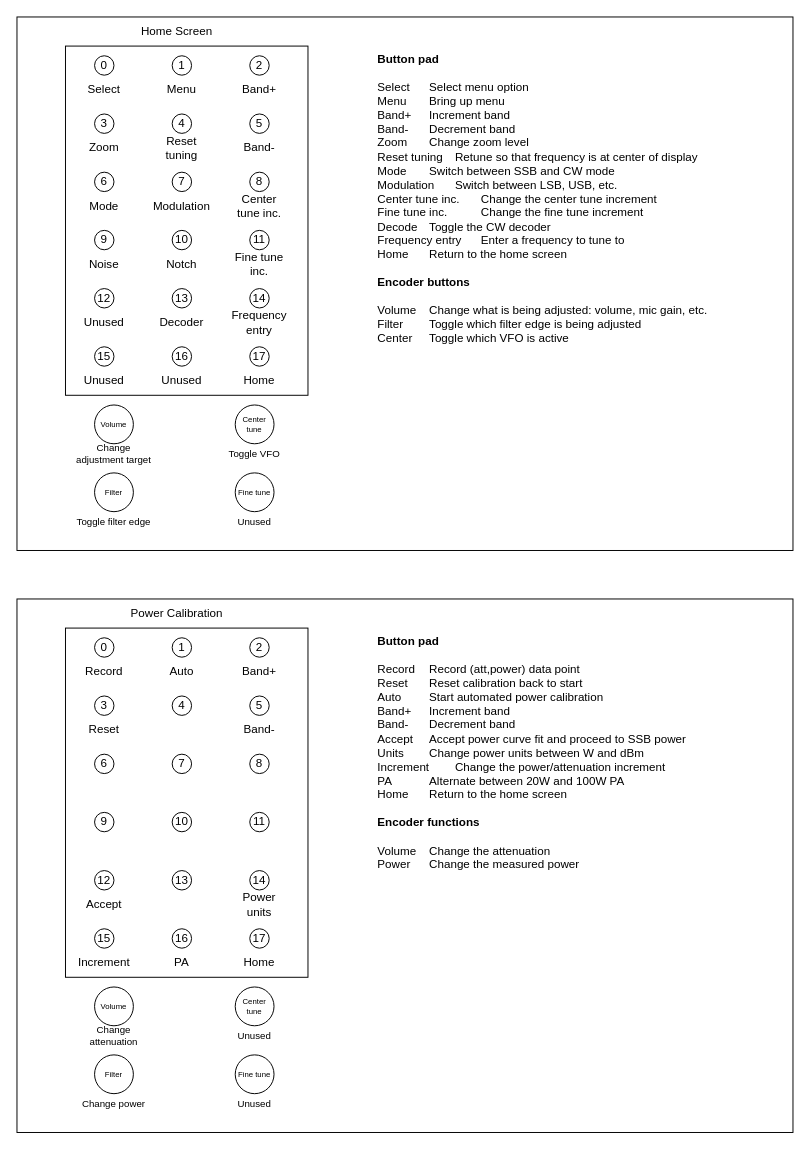
Before: page "Button Maps" (1 of 7) of code/docs/window_panes.drawio in KI3P/Phoenix, a draw.io diagram. Source tidied: cells renumbered, new cells numbered last; positions are measured from the earlier drawing's top-left corner, leaving out a move shared by most shapes. Both pictures are drawn from the tidied source at 97%, with x=0, y=0 at pixel (16, 16).
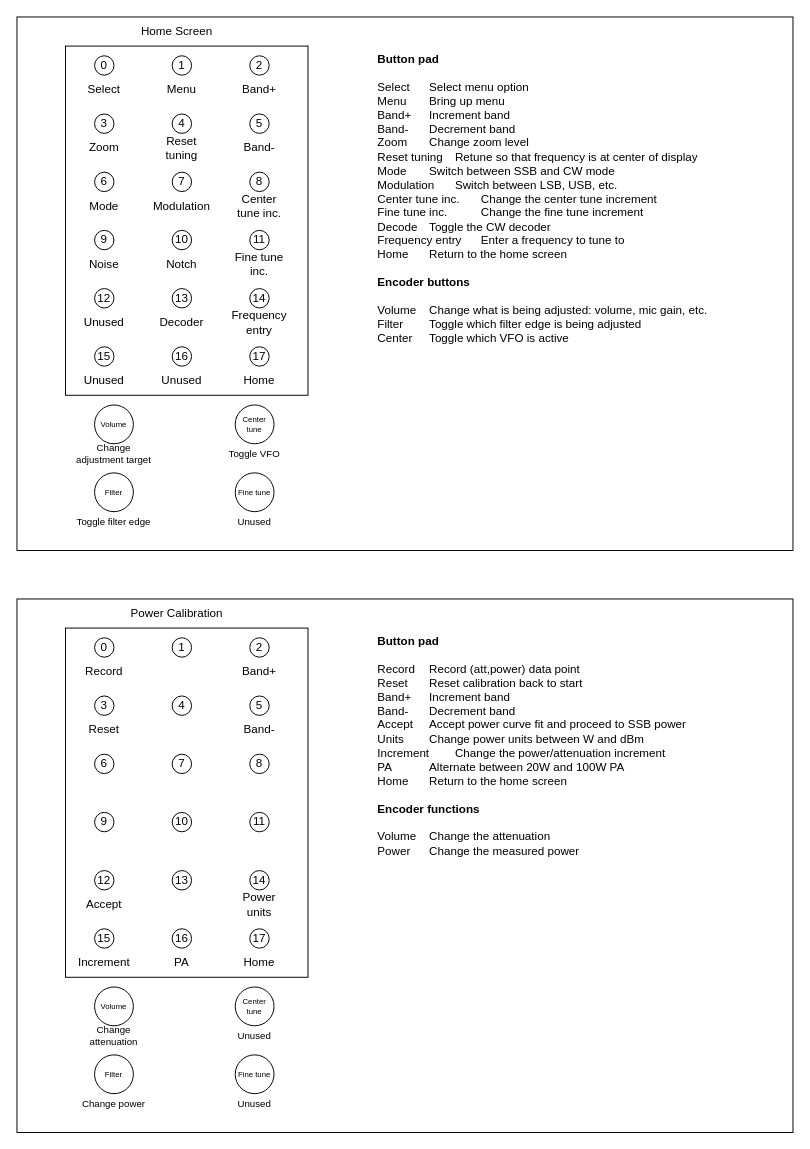
The same page after the edit.

Unchanged cells that the change refers to:
```xml
<mxCell id="53" style="group;" parent="1" vertex="1">
  <mxGeometry x="50" y="630" width="250" height="360" as="geometry" />
</mxCell>
```

What changed in the source:
```diff
@@
-    <mxCell id="82" value="Auto" style="text;html=1;whiteSpace=wrap;strokeColor=none;fillColor=none;align=center;verticalAlign=middle;rounded=0;" parent="53" vertex="1">
-      <mxGeometry x="90" y="30" width="60" height="30" as="geometry" />
-    </mxCell>
@@
-    <mxCell id="91" value="&lt;div&gt;&lt;b&gt;Button pad&lt;/b&gt;&lt;/div&gt;&lt;div&gt;&lt;br&gt;&lt;/div&gt;Record&amp;nbsp;&lt;span style=&quot;white-space: pre;&quot;&gt;&#9;&lt;/span&gt;Record (att,power) data point&lt;div&gt;Reset&amp;nbsp;&lt;span style=&quot;white-space: pre;&quot;&gt;&#9;&lt;/span&gt;Reset calibration back to start&lt;/div&gt;&lt;div&gt;Auto&lt;span style=&quot;white-space: pre;&quot;&gt;&#9;&lt;/span&gt;&lt;span style=&quot;white-space: pre;&quot;&gt;&#9;&lt;/span&gt;Start automated power calibration&lt;/div&gt;&lt;div&gt;Band+&lt;span style=&quot;white-space: pre;&quot;&gt;&#9;&lt;/span&gt;Increment band&lt;/div&gt;&lt;div&gt;Band-&lt;span style=&quot;white-space: pre;&quot;&gt;&#9;&lt;/span&gt;Decrement band&lt;/div&gt;&lt;div&gt;Accept&lt;span style=&quot;white-space: pre;&quot;&gt;&#9;&lt;/span&gt;Accept power curve fit and proceed to SSB power&lt;/div&gt;&lt;div&gt;Units&lt;span style=&quot;white-space: pre;&quot;&gt;&#9;&lt;/span&gt;Change power units between W and dBm&lt;/div&gt;&lt;div&gt;Increment&lt;span style=&quot;white-space: pre;&quot;&gt;&#9;&lt;/span&gt;Change the power/attenuation increment&lt;/div&gt;&lt;div&gt;PA&lt;span style=&quot;white-space: pre;&quot;&gt;&#9;&lt;/span&gt;&lt;span style=&quot;white-space: pre;&quot;&gt;&#9;&lt;/span&gt;Alternate between 20W and 100W PA&lt;/div&gt;&lt;div&gt;&lt;span style=&quot;background-color: transparent; color: light-dark(rgb(0, 0, 0), rgb(255, 255, 255));&quot;&gt;Home&lt;/span&gt;&lt;span style=&quot;background-color: transparent; color: light-dark(rgb(0, 0, 0), rgb(255, 255, 255)); white-space: pre;&quot;&gt;&#9;&lt;/span&gt;&lt;span style=&quot;background-color: transparent; color: light-dark(rgb(0, 0, 0), rgb(255, 255, 255));&quot;&gt;Return to the home screen&lt;/span&gt;&lt;/div&gt;&lt;div&gt;&lt;br&gt;&lt;/div&gt;&lt;div&gt;&lt;b&gt;Encoder functions&lt;/b&gt;&lt;/div&gt;&lt;div&gt;&lt;b&gt;&lt;br&gt;&lt;/b&gt;&lt;/div&gt;&lt;div&gt;Volume&lt;span style=&quot;white-space: pre;&quot;&gt;&#9;&lt;/span&gt;Change the attenuation&lt;/div&gt;&lt;div&gt;Power&lt;span style=&quot;white-space: pre;&quot;&gt;&#9;&lt;/span&gt;Change the measured power&lt;/div&gt;&lt;div&gt;&lt;br&gt;&lt;/div&gt;" style="text;html=1;whiteSpace=wrap;strokeColor=none;fillColor=none;align=left;verticalAlign=top;rounded=0;" parent="1" vertex="1">
+    <mxCell id="91" value="&lt;div&gt;&lt;b&gt;Button pad&lt;/b&gt;&lt;/div&gt;&lt;div&gt;&lt;br&gt;&lt;/div&gt;Record&amp;nbsp;&lt;span style=&quot;white-space: pre;&quot;&gt;&#9;&lt;/span&gt;Record (att,power) data point&lt;div&gt;Reset&amp;nbsp;&lt;span style=&quot;white-space: pre;&quot;&gt;&#9;&lt;/span&gt;Reset calibration back to start&lt;/div&gt;&lt;div&gt;&lt;span style=&quot;background-color: transparent; color: light-dark(rgb(0, 0, 0), rgb(255, 255, 255));&quot;&gt;Band+&lt;/span&gt;&lt;span style=&quot;background-color: transparent; color: light-dark(rgb(0, 0, 0), rgb(255, 255, 255)); white-space: pre;&quot;&gt;&#9;&lt;/span&gt;&lt;span style=&quot;background-color: transparent; color: light-dark(rgb(0, 0, 0), rgb(255, 255, 255));&quot;&gt;Increment band&lt;/span&gt;&lt;/div&gt;&lt;div&gt;Band-&lt;span style=&quot;white-space: pre;&quot;&gt;&#9;&lt;/span&gt;Decrement band&lt;/div&gt;&lt;div&gt;Accept&lt;span style=&quot;white-space: pre;&quot;&gt;&#9;&lt;/span&gt;Accept power curve fit and proceed to SSB power&lt;/div&gt;&lt;div&gt;Units&lt;span style=&quot;white-space: pre;&quot;&gt;&#9;&lt;/span&gt;Change power units between W and dBm&lt;/div&gt;&lt;div&gt;Increment&lt;span style=&quot;white-space: pre;&quot;&gt;&#9;&lt;/span&gt;Change the power/attenuation increment&lt;/div&gt;&lt;div&gt;PA&lt;span style=&quot;white-space: pre;&quot;&gt;&#9;&lt;/span&gt;&lt;span style=&quot;white-space: pre;&quot;&gt;&#9;&lt;/span&gt;Alternate between 20W and 100W PA&lt;/div&gt;&lt;div&gt;&lt;span style=&quot;background-color: transparent; color: light-dark(rgb(0, 0, 0), rgb(255, 255, 255));&quot;&gt;Home&lt;/span&gt;&lt;span style=&quot;background-color: transparent; color: light-dark(rgb(0, 0, 0), rgb(255, 255, 255)); white-space: pre;&quot;&gt;&#9;&lt;/span&gt;&lt;span style=&quot;background-color: transparent; color: light-dark(rgb(0, 0, 0), rgb(255, 255, 255));&quot;&gt;Return to the home screen&lt;/span&gt;&lt;/div&gt;&lt;div&gt;&lt;br&gt;&lt;/div&gt;&lt;div&gt;&lt;b&gt;Encoder functions&lt;/b&gt;&lt;/div&gt;&lt;div&gt;&lt;b&gt;&lt;br&gt;&lt;/b&gt;&lt;/div&gt;&lt;div&gt;Volume&lt;span style=&quot;white-space: pre;&quot;&gt;&#9;&lt;/span&gt;Change the attenuation&lt;/div&gt;&lt;div&gt;Power&lt;span style=&quot;white-space: pre;&quot;&gt;&#9;&lt;/span&gt;Change the measured power&lt;/div&gt;&lt;div&gt;&lt;br&gt;&lt;/div&gt;" style="text;html=1;whiteSpace=wrap;strokeColor=none;fillColor=none;align=left;verticalAlign=top;rounded=0;" parent="1" vertex="1">
       <mxGeometry x="370" y="630" width="360" height="360" as="geometry" />
     </mxCell>
```
